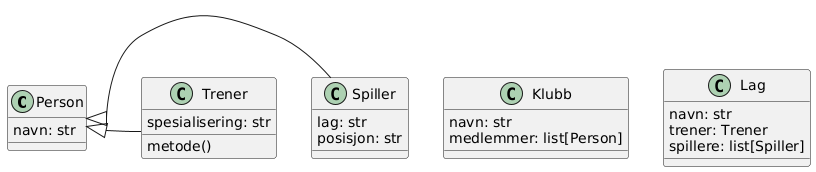
IldenH/IT2 keeps this PlantUML diagram as diagrammer/klasser/fotballklubb.png. Above is the earlier version.
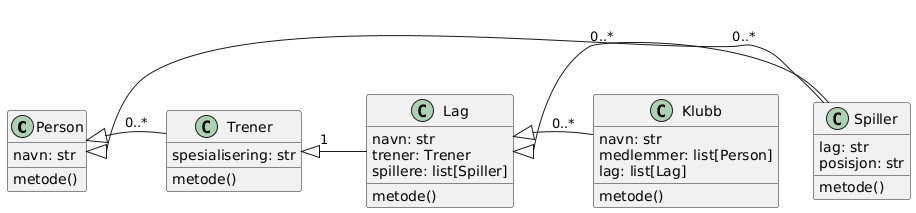
The same file after the commit.

Commit message:
Fotballklub diagram anotasjoner

Diff of the diagram source:
```diff
@@ -3,24 +3,32 @@
 
 class Person {
 	navn: str
+	metode()
 }
 class Spiller {
 	lag: str
 	posisjon: str
+	metode()
 }
-Person <|- Spiller
+Person <|- Spiller : 0..*
 class Trener {
 	spesialisering: str
 	metode()
 }
-Person <|- Trener
+Person <|- Trener : 0..*
 class Klubb {
 	navn: str
 	medlemmer: list[Person]
+	lag: list[Lag]
+	metode()
 }
 class Lag {
 	navn: str
 	trener: Trener
 	spillere: list[Spiller]
+	metode()
 }
+Lag <|- Spiller : 0..*
+Lag <|- Klubb : 0..*
+Trener <|- Lag : 1
 @enduml
```
